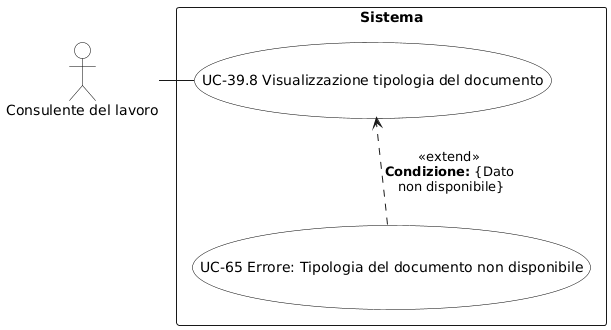
Above: RTB/Analisi dei Requisiti/diagrammi_use_case/UC-39.8.png in aLittleByte-19/Documentazione (PlantUML), before the change. Source of this version:
```plantuml
@startuml
skinparam backgroundColor white
skinparam actor {
  BackgroundColor white
  BorderColor black
  FontColor black
}
skinparam usecase {
  BackgroundColor white
  BorderColor black
  FontColor black
}
actor "Consulente del lavoro" as C

rectangle "Sistema" {
  (UC-39.8 Visualizzazione tipologia del documento) as UC398
  (UC-65 Errore: Tipologia del documento non disponibile) as UC65

  UC398 -[hidden]down- UC65

  UC65 ..> UC398 : <<extend>>\n**Condizione:** {Dato\n non disponibile}
}

C - UC398
@enduml
```
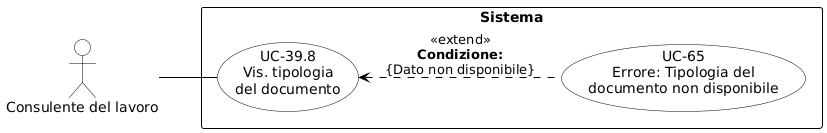
After the commit.

Diff of the diagram source:
```diff
@@ -1,25 +1,32 @@
 @startuml
-skinparam backgroundColor white
+skinparam shadowing false
+skinparam defaultFontName Arial
+left to right direction
+skinparam nodesep 15
+skinparam ranksep 50
+
+skinparam usecase {
+    BackgroundColor white
+    BorderColor black
+    ArrowColor black
+}
 skinparam actor {
-  BackgroundColor white
-  BorderColor black
-  FontColor black
+    BackgroundColor white
+    BorderColor black
 }
-skinparam usecase {
-  BackgroundColor white
-  BorderColor black
-  FontColor black
+skinparam rectangle {
+    BorderColor black
+    FontStyle bold
 }
-actor "Consulente del lavoro" as C
+
+actor "Consulente del lavoro" as CL
 
 rectangle "Sistema" {
-  (UC-39.8 Visualizzazione tipologia del documento) as UC398
-  (UC-65 Errore: Tipologia del documento non disponibile) as UC65
+    usecase "UC-39.8\nVis. tipologia\ndel documento" as UC39_8
+    usecase "UC-65\nErrore: Tipologia del\ndocumento non disponibile" as UC65
 
-  UC398 -[hidden]down- UC65
-
-  UC65 ..> UC398 : <<extend>>\n**Condizione:** {Dato\n non disponibile}
+    UC39_8 <.. UC65 : <<extend>>\n**Condizione:**\n{Dato non disponibile}
 }
 
-C - UC398
+CL -- UC39_8
 @enduml
```
